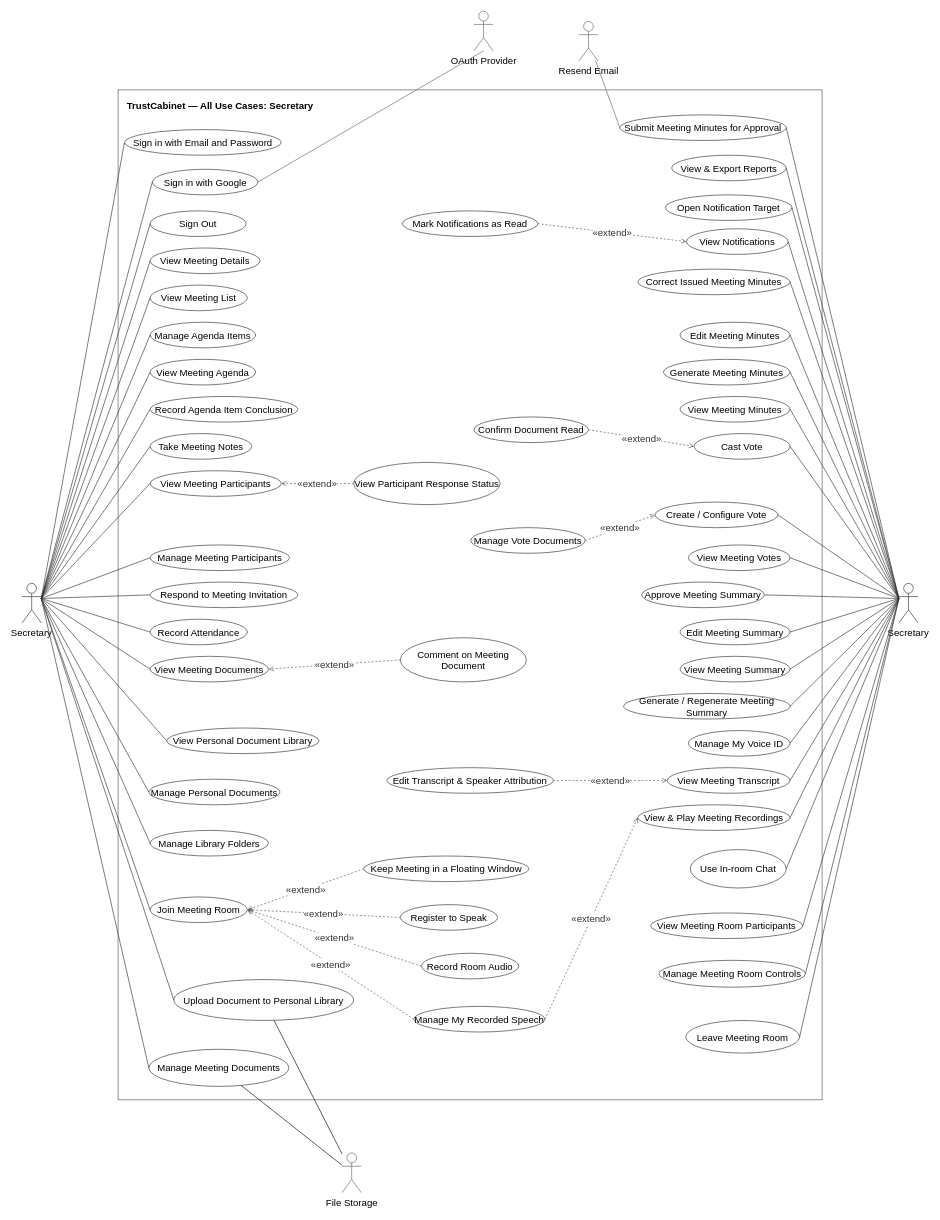
callmehai/FU-FA26-G116 keeps this draw.io diagram as page "Secretary" (5 of 7) of docs/14-uc-diagram/trustcabinet-use-cases.drawio. Above is the earlier version. Source tidied: cells renumbered, new cells numbered last; positions are measured from the earlier drawing's top-left corner, leaving out a move shared by most shapes. Both pictures are drawn from the tidied source at 64%, with x=0, y=0 at pixel (22, 11).
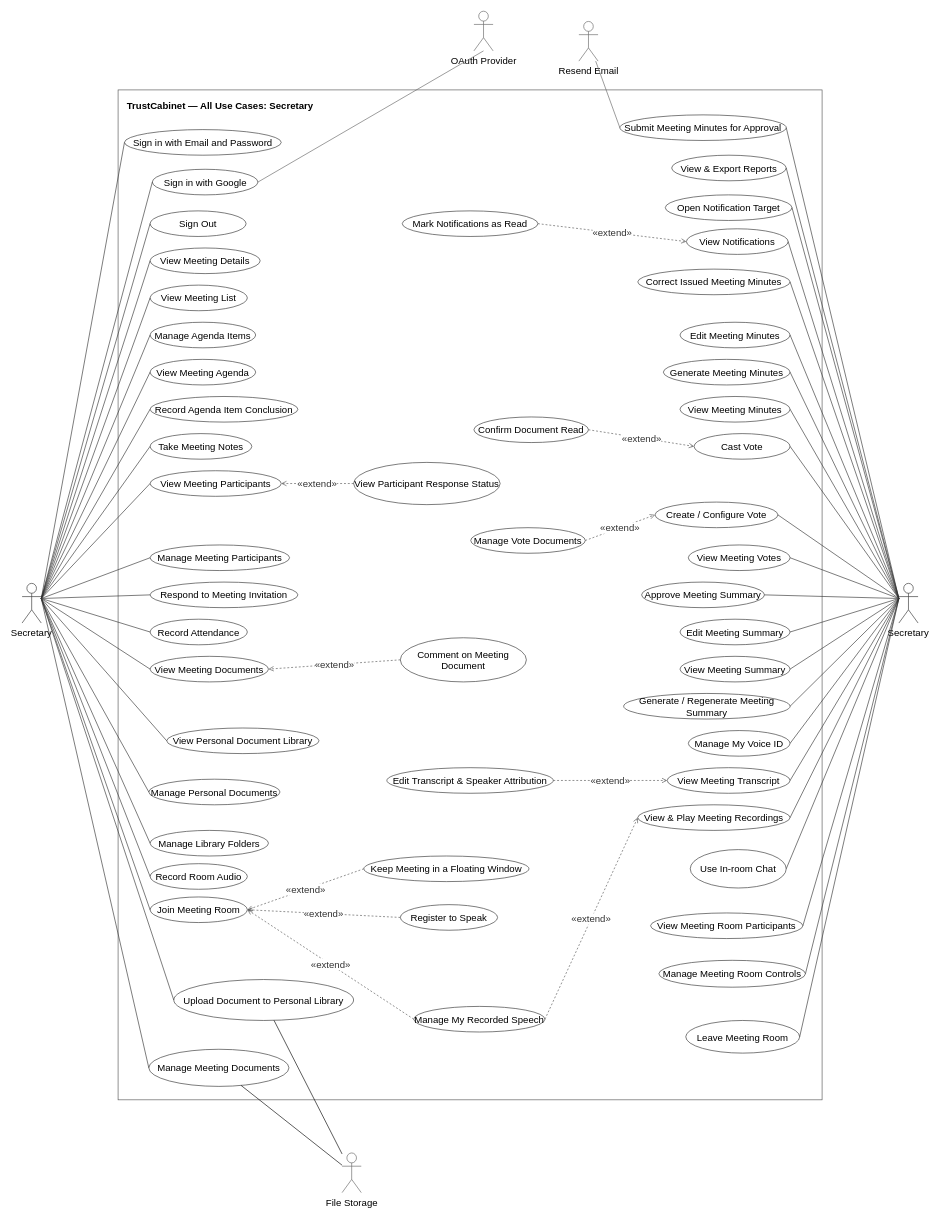
After the change.

The change refers to these unchanged cells:
```xml
<mxCell id="3" value="Secretary" style="shape=umlActor;whiteSpace=wrap;verticalLabelPosition=bottom;verticalAlign=top;html=1;outlineConnect=0;fillColor=#ffffff;strokeColor=#333333;fontSize=15;" parent="1" vertex="1">
  <mxGeometry y="894" width="30" height="62" as="geometry" />
</mxCell>
<mxCell id="15" value="Join Meeting Room" style="ellipse;whiteSpace=wrap;html=1;align=center;verticalAlign=middle;fontSize=15;strokeColor=#333333;fillColor=#ffffff;" parent="1" vertex="1">
  <mxGeometry x="200" y="1384" width="152" height="40" as="geometry" />
</mxCell>
```

Diff of the diagram source:
```diff
@@
     <mxCell id="24" value="Record Room Audio" style="ellipse;whiteSpace=wrap;html=1;align=center;verticalAlign=middle;fontSize=15;strokeColor=#333333;fillColor=#ffffff;" parent="1" vertex="1">
-      <mxGeometry x="624" y="1472" width="152" height="40" as="geometry" />
+      <mxGeometry x="200" y="1332" width="152" height="40" as="geometry" />
     </mxCell>
@@
-    <mxCell id="68" value="«extend»" style="edgeStyle=none;html=1;dashed=1;strokeColor=#555555;fontColor=#333333;fontSize=15;endArrow=open;endFill=0;labelBackgroundColor=#FFFFFF;exitX=0;exitY=0.5;exitDx=0;exitDy=0;entryX=1;entryY=0.5;entryDx=0;entryDy=0;" parent="1" edge="1" source="24" target="15">
-      <mxGeometry relative="1" as="geometry" />
-    </mxCell>
@@
+    <mxCell id="117" style="edgeStyle=none;strokeColor=#333333;html=1;strokeWidth=1;endArrow=none;startArrow=none;exitX=1;exitY=0.35;exitDx=4;exitDy=0;entryX=0;entryY=0.5;entryDx=0;entryDy=0;fontSize=15;" parent="1" edge="1" source="3" target="24">
+      <mxGeometry relative="1" as="geometry" />
+    </mxCell>
```
